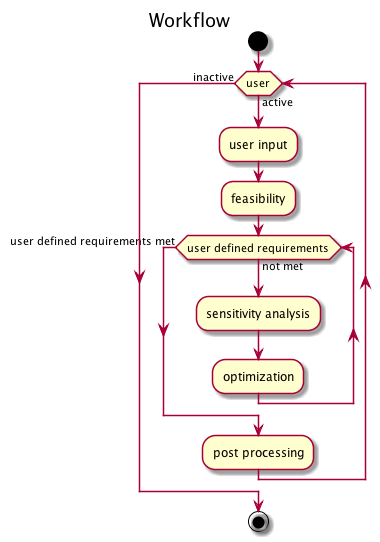
The PlantUML diagram Report/IMSM_Workflow.png in timothodge/IMSM_Sandia_2015, before a commit.
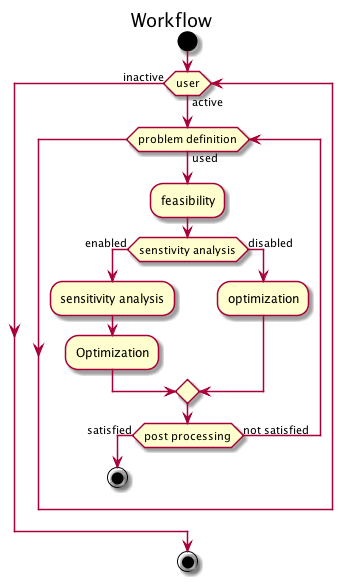
The same file after the commit.

The edit, as a diff of the source:
```diff
@@ -2,32 +2,30 @@
 title Workflow
 
 start
+
 while (user) is (active)
-:user input;
-:feasibility;
-while (user defined requirements) is (not met)
-:sensitivity analysis;
 
-:optimization;
-endwhile (user defined requirements met)
-:post processing;
+	while (problem definition) is (used)
+		:feasibility;
+		if (senstivity analysis) then (enabled)
+			:sensitivity analysis;
+			:Optimization;
+		else (disabled)
+			:optimization;
+		endif
 
-endwhile(inactive)
+		if(post processing) then (satisfied)
+			stop
+		else (not satisfied)
 
+		endif
 
+	endwhile
 
-
-
-
-
+endwhile (inactive)
 
 
 stop
 
 
-
-
-
-
-
 @enduml
```
